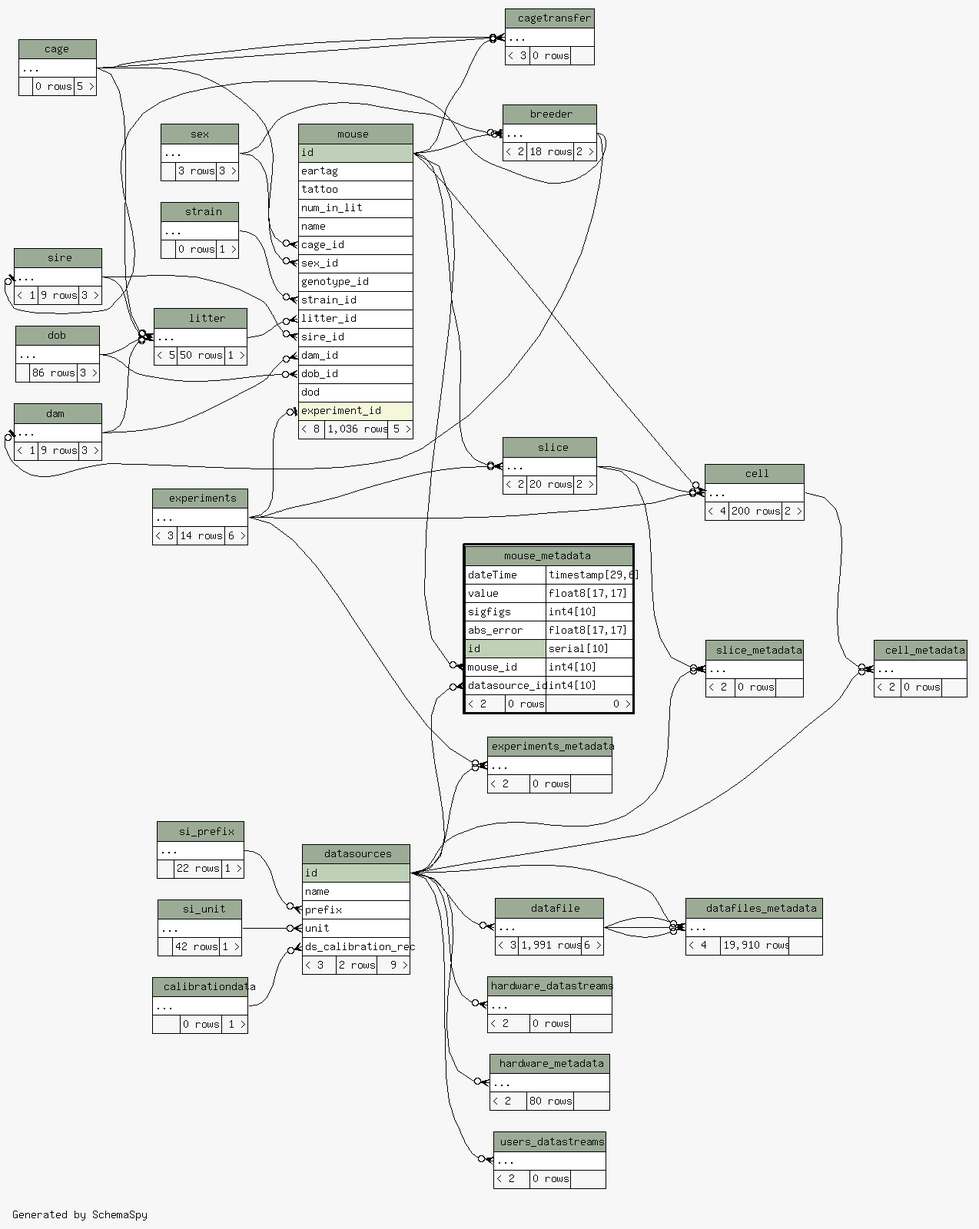
Earlier version of the Graphviz export database/ss/diagrams/mouse_metadata.2degrees.png (tgbugs/mlab). Its source is kept beside it as database/ss/diagrams/mouse_metadata.2degrees.dot.
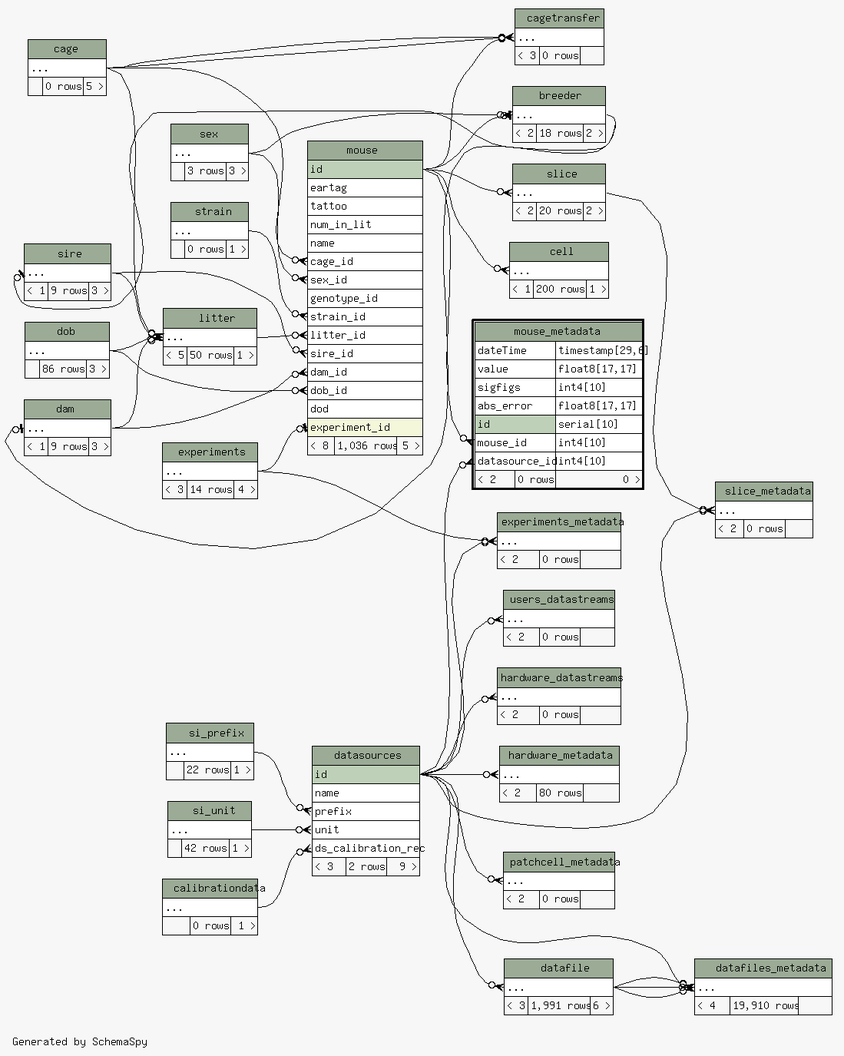
After the change.

What changed in the source:
```diff
@@ -22,11 +22,7 @@
   "cagetransfer":"elipses":w -> "mouse":"id":e [arrowhead=none dir=back arrowtail=crowodot];
   "cagetransfer":"elipses":w -> "cage":"elipses":e [arrowhead=none dir=back arrowtail=crowodot];
   "cagetransfer":"elipses":w -> "cage":"elipses":e [arrowhead=none dir=back arrowtail=crowodot];
-  "cell":"elipses":w -> "experiments":"elipses":e [arrowhead=none dir=back arrowtail=crowodot];
   "cell":"elipses":w -> "mouse":"id":e [arrowhead=none dir=back arrowtail=crowodot];
-  "cell":"elipses":w -> "slice":"elipses":e [arrowhead=none dir=back arrowtail=crowodot];
-  "cell_metadata":"elipses":w -> "cell":"elipses":e [arrowhead=none dir=back arrowtail=crowodot];
-  "cell_metadata":"elipses":w -> "datasources":"id":e [arrowhead=none dir=back arrowtail=crowodot];
   "dam":"elipses":w -> "breeder":"elipses":e [arrowhead=none dir=back arrowtail=teeodot];
   "datafile":"elipses":w -> "datasources":"id":e [arrowhead=none dir=back arrowtail=crowodot];
   "datafiles_metadata":"elipses":w -> "datasources":"id":e [arrowhead=none dir=back arrowtail=crowodot];
@@ -54,9 +50,9 @@
   "mouse":"strain_id":w -> "strain":"elipses":e [arrowhead=none dir=back arrowtail=crowodot];
   "mouse_metadata":"datasource_id":w -> "datasources":"id":e [arrowhead=none dir=back arrowtail=crowodot];
   "mouse_metadata":"mouse_id":w -> "mouse":"id":e [arrowhead=none dir=back arrowtail=crowodot];
+  "patchcell_metadata":"elipses":w -> "datasources":"id":e [arrowhead=none dir=back arrowtail=crowodot];
   "sire":"elipses":w -> "breeder":"elipses":e [arrowhead=none dir=back arrowtail=teeodot];
   "slice":"elipses":w -> "mouse":"id":e [arrowhead=none dir=back arrowtail=crowodot];
-  "slice":"elipses":w -> "experiments":"elipses":e [arrowhead=none dir=back arrowtail=crowodot];
   "slice_metadata":"elipses":w -> "datasources":"id":e [arrowhead=none dir=back arrowtail=crowodot];
   "slice_metadata":"elipses":w -> "slice":"elipses":e [arrowhead=none dir=back arrowtail=crowodot];
   "users_datastreams":"elipses":w -> "datasources":"id":e [arrowhead=none dir=back arrowtail=crowodot];
@@ -105,20 +101,10 @@
     <TABLE BORDER="0" CELLBORDER="1" CELLSPACING="0" BGCOLOR="#ffffff">
       <TR><TD COLSPAN="3" BGCOLOR="#9bab96" ALIGN="CENTER">cell</TD></TR>
       <TR><TD PORT="elipses" COLSPAN="3" ALIGN="LEFT">...</TD></TR>
-      <TR><TD ALIGN="LEFT" BGCOLOR="#f7f7f7">&lt; 4</TD><TD ALIGN="RIGHT" BGCOLOR="#f7f7f7">200 rows</TD><TD ALIGN="RIGHT" BGCOLOR="#f7f7f7">2 &gt;</TD></TR>
+      <TR><TD ALIGN="LEFT" BGCOLOR="#f7f7f7">&lt; 1</TD><TD ALIGN="RIGHT" BGCOLOR="#f7f7f7">200 rows</TD><TD ALIGN="RIGHT" BGCOLOR="#f7f7f7">1 &gt;</TD></TR>
     </TABLE>>
     URL="cell.html"
     tooltip="cell"
-  ];
-  "cell_metadata" [
-    label=<
-    <TABLE BORDER="0" CELLBORDER="1" CELLSPACING="0" BGCOLOR="#ffffff">
-      <TR><TD COLSPAN="3" BGCOLOR="#9bab96" ALIGN="CENTER">cell_metadata</TD></TR>
-      <TR><TD PORT="elipses" COLSPAN="3" ALIGN="LEFT">...</TD></TR>
-      <TR><TD ALIGN="LEFT" BGCOLOR="#f7f7f7">&lt; 2</TD><TD ALIGN="RIGHT" BGCOLOR="#f7f7f7">0 rows</TD><TD ALIGN="RIGHT" BGCOLOR="#f7f7f7">  </TD></TR>
-    </TABLE>>
-    URL="cell_metadata.html"
-    tooltip="cell_metadata"
   ];
   "dam" [
     label=<
@@ -179,7 +165,7 @@
     <TABLE BORDER="0" CELLBORDER="1" CELLSPACING="0" BGCOLOR="#ffffff">
       <TR><TD COLSPAN="3" BGCOLOR="#9bab96" ALIGN="CENTER">experiments</TD></TR>
       <TR><TD PORT="elipses" COLSPAN="3" ALIGN="LEFT">...</TD></TR>
-      <TR><TD ALIGN="LEFT" BGCOLOR="#f7f7f7">&lt; 3</TD><TD ALIGN="RIGHT" BGCOLOR="#f7f7f7">14 rows</TD><TD ALIGN="RIGHT" BGCOLOR="#f7f7f7">6 &gt;</TD></TR>
+      <TR><TD ALIGN="LEFT" BGCOLOR="#f7f7f7">&lt; 3</TD><TD ALIGN="RIGHT" BGCOLOR="#f7f7f7">14 rows</TD><TD ALIGN="RIGHT" BGCOLOR="#f7f7f7">4 &gt;</TD></TR>
     </TABLE>>
     URL="experiments.html"
     tooltip="experiments"
@@ -264,6 +250,16 @@
     URL="mouse_metadata.html"
     tooltip="mouse_metadata"
   ];
+  "patchcell_metadata" [
+    label=<
+    <TABLE BORDER="0" CELLBORDER="1" CELLSPACING="0" BGCOLOR="#ffffff">
+      <TR><TD COLSPAN="3" BGCOLOR="#9bab96" ALIGN="CENTER">patchcell_metadata</TD></TR>
+      <TR><TD PORT="elipses" COLSPAN="3" ALIGN="LEFT">...</TD></TR>
+      <TR><TD ALIGN="LEFT" BGCOLOR="#f7f7f7">&lt; 2</TD><TD ALIGN="RIGHT" BGCOLOR="#f7f7f7">0 rows</TD><TD ALIGN="RIGHT" BGCOLOR="#f7f7f7">  </TD></TR>
+    </TABLE>>
+    URL="patchcell_metadata.html"
+    tooltip="patchcell_metadata"
+  ];
   "sex" [
     label=<
     <TABLE BORDER="0" CELLBORDER="1" CELLSPACING="0" BGCOLOR="#ffffff">
```
